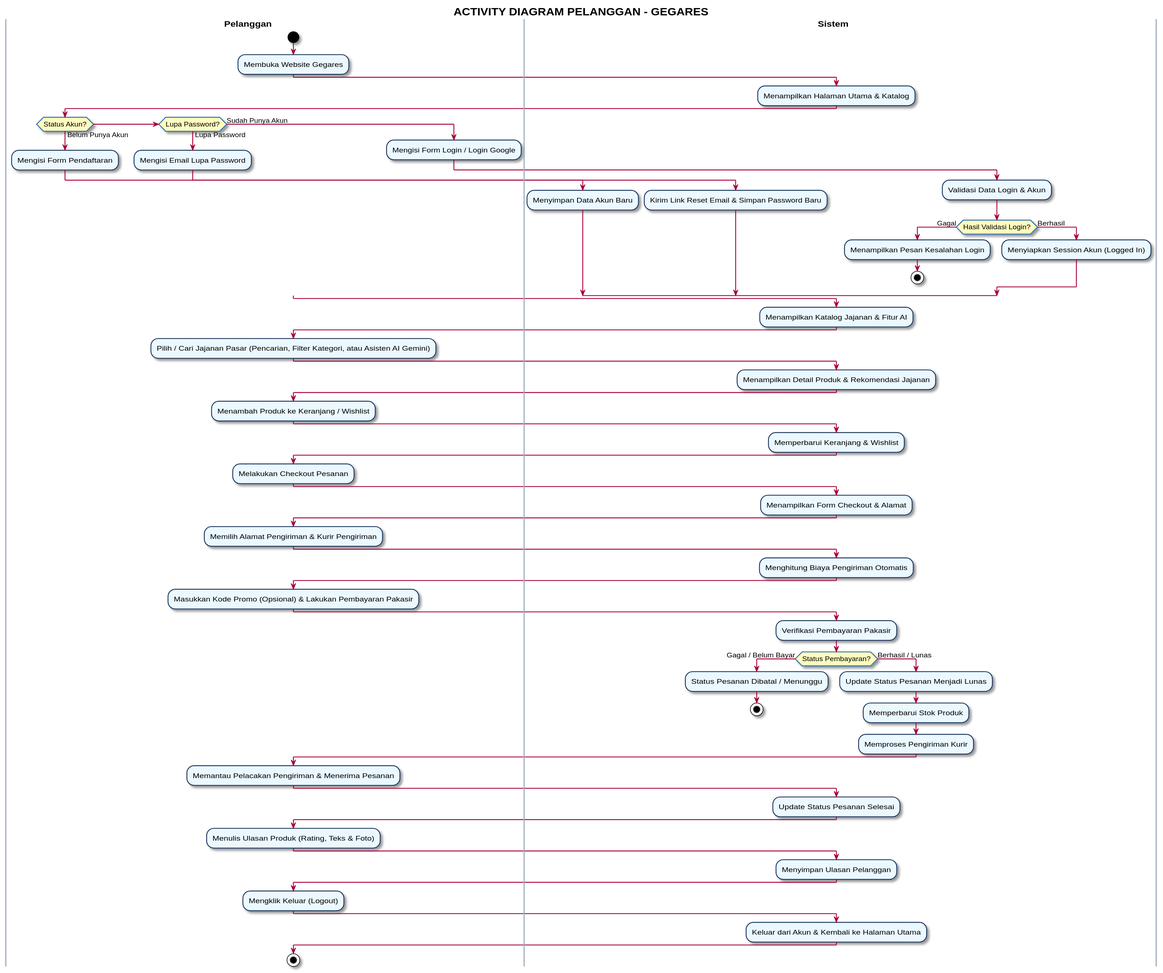
Above: diagrams/activity_diagram_pelanggan.svg in greedykid/gegares_toko (PlantUML), before the change.
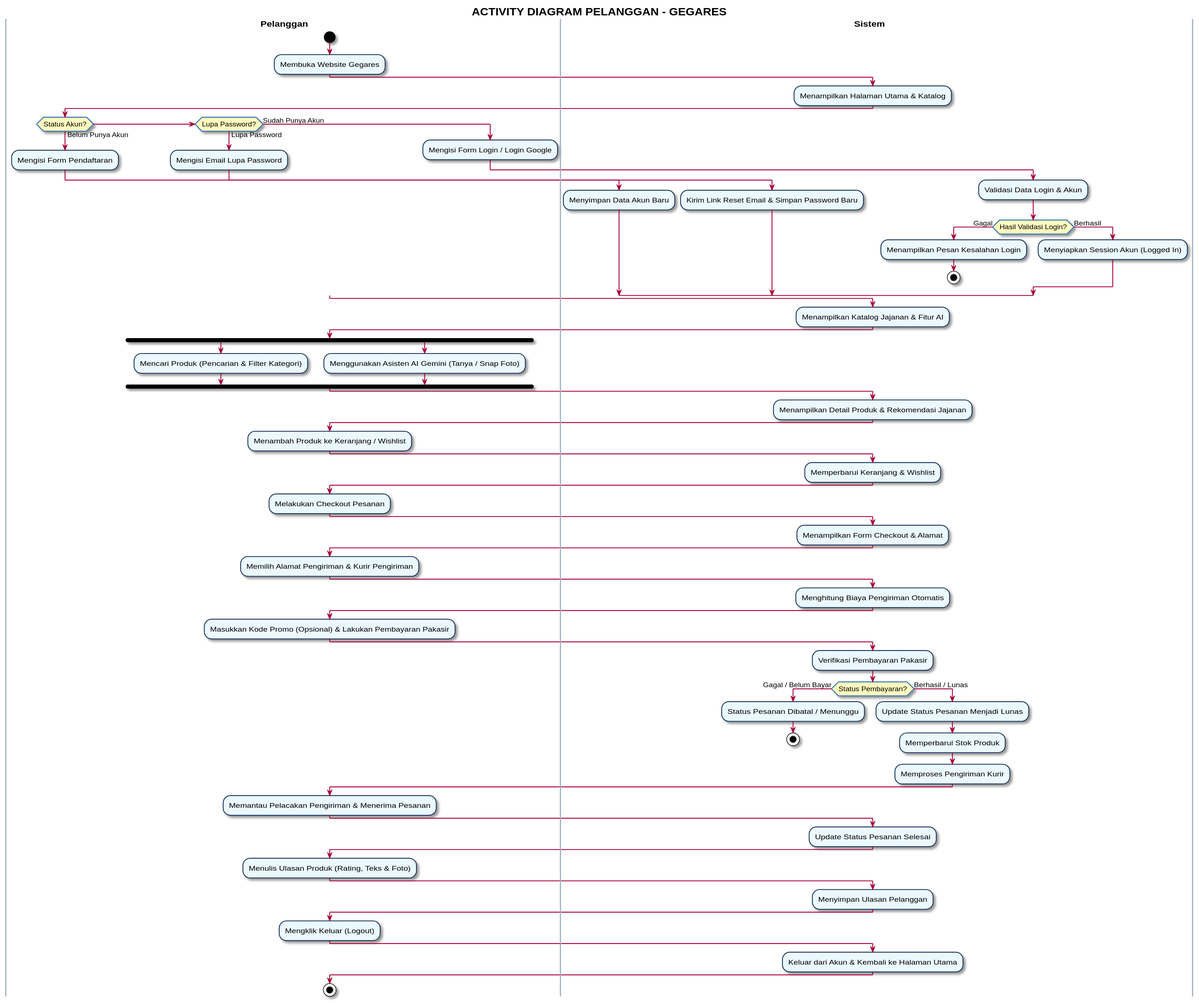
Above is the later version.

Commit message:
docs(diagram): use UML standard Fork and Join bars for clean parallel flow synchronization

Change to the diagram source:
```diff
@@ -48,7 +48,11 @@
 :Menampilkan Katalog Jajanan & Fitur AI;
 
 |Pelanggan|
-:Pilih / Cari Jajanan Pasar (Pencarian, Filter Kategori, atau Asisten AI Gemini);
+fork
+  :Mencari Produk (Pencarian & Filter Kategori);
+fork again
+  :Menggunakan Asisten AI Gemini (Tanya / Snap Foto);
+end fork
 
 |Sistem|
 :Menampilkan Detail Produk & Rekomendasi Jajanan;
```
